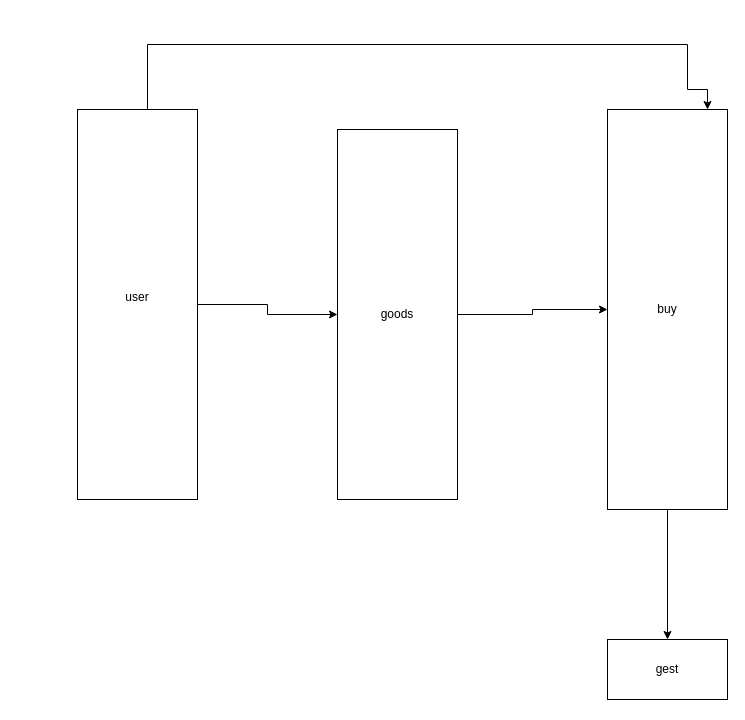
seijunhou/furima-34788 keeps this draw.io diagram as furima.dio. Above is the earlier version. Source tidied: cells renumbered, new cells numbered last; positions are measured from the earlier drawing's top-left corner, leaving out a move shared by most shapes. Both pictures are drawn from the tidied source at 100%, with x=0, y=0 at pixel (77, 44).
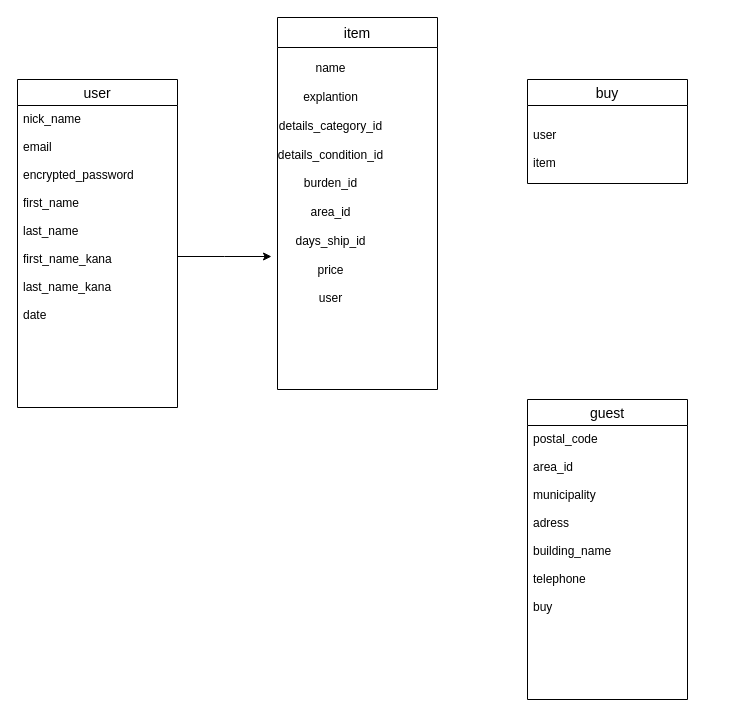
The same page after the edit.

Commit message (it also covers changes not shown here):
データベース設計

The edit, as a diff of the source:
```diff
@@
 <mxGraphModel>
   <root>
     <mxCell id="0" />
     <mxCell id="1" parent="0" />
-    <mxCell id="2" style="edgeStyle=orthogonalEdgeStyle;rounded=0;jettySize=auto;html=1;exitX=1;exitY=0.5;exitDx=0;exitDy=0;entryX=0;entryY=0.5;entryDx=0;entryDy=0;" parent="1" edge="1" source="4" target="6">
-      <mxGeometry relative="1" as="geometry" />
-    </mxCell>
-    <mxCell id="3" style="edgeStyle=orthogonalEdgeStyle;rounded=0;jettySize=auto;html=1;exitX=0.5;exitY=0;exitDx=0;exitDy=0;" parent="1" edge="1" source="4" target="8">
-      <mxGeometry relative="1" as="geometry">
-        <Array as="points">
-          <mxPoint x="70" />
-          <mxPoint x="610" />
-          <mxPoint x="610" y="45" />
-          <mxPoint x="630" y="45" />
-        </Array>
-      </mxGeometry>
-    </mxCell>
-    <mxCell id="4" value="user&lt;br&gt;&lt;br&gt;" style="rounded=0;whiteSpace=wrap;html=1;" parent="1" vertex="1">
-      <mxGeometry y="65" width="120" height="390" as="geometry" />
+    <mxCell id="4" value="user" style="swimlane;fontStyle=0;horizontal=1;startSize=26;align=center;fontSize=14;" parent="1" vertex="1">
+      <mxGeometry x="-60" y="35" width="160" height="328" as="geometry" />
     </mxCell>
-    <mxCell id="5" style="edgeStyle=orthogonalEdgeStyle;rounded=0;jettySize=auto;html=1;entryX=0;entryY=0.5;entryDx=0;entryDy=0;" parent="1" edge="1" source="6" target="8">
-      <mxGeometry relative="1" as="geometry" />
-    </mxCell>
-    <mxCell id="6" value="goods&lt;br&gt;" style="rounded=0;whiteSpace=wrap;html=1;" parent="1" vertex="1">
-      <mxGeometry x="260" y="85" width="120" height="370" as="geometry" />
-    </mxCell>
-    <mxCell id="7" style="edgeStyle=orthogonalEdgeStyle;rounded=0;jettySize=auto;html=1;exitX=0.5;exitY=1;exitDx=0;exitDy=0;entryX=0.5;entryY=0;entryDx=0;entryDy=0;" parent="1" edge="1" source="8" target="9">
-      <mxGeometry relative="1" as="geometry" />
-    </mxCell>
+    <mxCell id="10" value="nick_name&#10;&#10;email&#10;&#10;encrypted_password&#10;&#10;first_name&#10;&#10;last_name&#10;&#10;first_name_kana&#10;&#10;last_name_kana&#10;&#10;date   &#10;&#10;" style="text;strokeColor=none;fillColor=none;spacingLeft=4;spacingRight=4;overflow=hidden;points=[[0,0.5],[1,0.5]];portConstraint=eastwest;fontSize=12;" parent="4" vertex="1">
+      <mxGeometry y="26" width="160" height="302" as="geometry" />
+    </mxCell>
+    <mxCell id="11" value="item" style="swimlane;fontStyle=0;horizontal=1;startSize=30;align=center;fontSize=14;" parent="1" vertex="1">
+      <mxGeometry x="200" y="-27" width="160" height="372" as="geometry" />
+    </mxCell>
-    <mxCell id="8" value="buy" style="rounded=0;whiteSpace=wrap;html=1;" parent="1" vertex="1">
-      <mxGeometry x="530" y="65" width="120" height="400" as="geometry" />
+    <mxCell id="8" value="buy" style="swimlane;fontStyle=0;horizontal=1;startSize=26;align=center;fontSize=14;" parent="1" vertex="1">
+      <mxGeometry x="450" y="35" width="160" height="104" as="geometry" />
     </mxCell>
-    <mxCell id="9" value="gest" style="rounded=0;whiteSpace=wrap;html=1;" parent="1" vertex="1">
-      <mxGeometry x="530" y="595" width="120" height="60" as="geometry" />
-    </mxCell>
+    <mxCell id="12" value="guest" style="swimlane;fontStyle=0;horizontal=1;startSize=26;align=center;fontSize=14;rounded=0;swimlaneLine=1;" parent="1" vertex="1">
+      <mxGeometry x="450" y="355" width="160" height="300" as="geometry" />
+    </mxCell>
+    <mxCell id="13" value="postal_code&#10;&#10;area_id&#10;&#10;municipality&#10;&#10;adress&#10;&#10;building_name&#10;&#10;telephone&#10;&#10;buy&#10;&#10;&#10;" style="text;strokeColor=none;fillColor=none;spacingLeft=4;spacingRight=4;overflow=hidden;fontSize=12;" parent="12" vertex="1">
+      <mxGeometry y="26" width="160" height="274" as="geometry" />
+    </mxCell>
+    <mxCell id="14" style="edgeStyle=orthogonalEdgeStyle;rounded=0;jettySize=auto;html=1;" parent="1" edge="1" source="10">
+      <mxGeometry relative="1" as="geometry">
+        <mxPoint x="194" y="212" as="targetPoint" />
+      </mxGeometry>
+    </mxCell>
+    <mxCell id="15" value="user&#10;&#10;item&#10;&#10;" style="text;strokeColor=none;fillColor=none;spacingLeft=4;spacingRight=4;overflow=hidden;fontSize=12;" parent="1" vertex="1">
+      <mxGeometry x="450" y="77" width="160" height="146" as="geometry" />
+    </mxCell>
+    <mxCell id="16" value="name&lt;br&gt;&lt;br&gt;explantion&lt;br&gt;&lt;br&gt;details_category_id&lt;br&gt;&lt;br&gt;details_condition_id&lt;br&gt;&lt;br&gt;burden_id&lt;br&gt;&lt;br&gt;area_id&lt;br&gt;&lt;br&gt;days_ship_id&lt;br&gt;&lt;br&gt;price&lt;br&gt;&lt;br&gt;user&lt;br&gt;" style="text;html=1;align=center;verticalAlign=middle;" parent="1" vertex="1">
+      <mxGeometry x="188" y="22" width="130" height="234" as="geometry" />
+    </mxCell>
   </root>
 </mxGraphModel>
```
